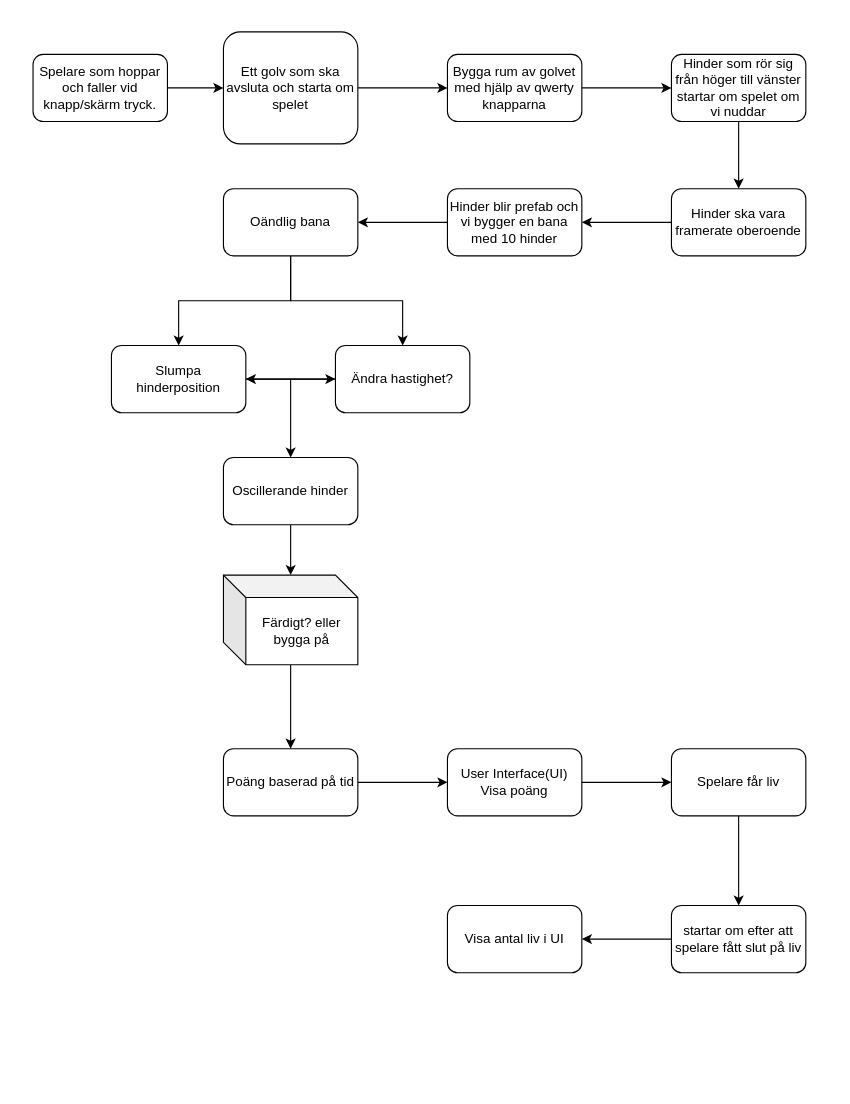
The draw.io diagram Documentation/Spel upplägg.drawio in MTGJonas/CarConeBeginnerProject, before the edit. Source tidied: cells renumbered, new cells numbered last; positions are measured from the earlier drawing's top-left corner, leaving out a move shared by most shapes. Both pictures are drawn from the tidied source at 112%, with x=0, y=0 at pixel (32, 31).
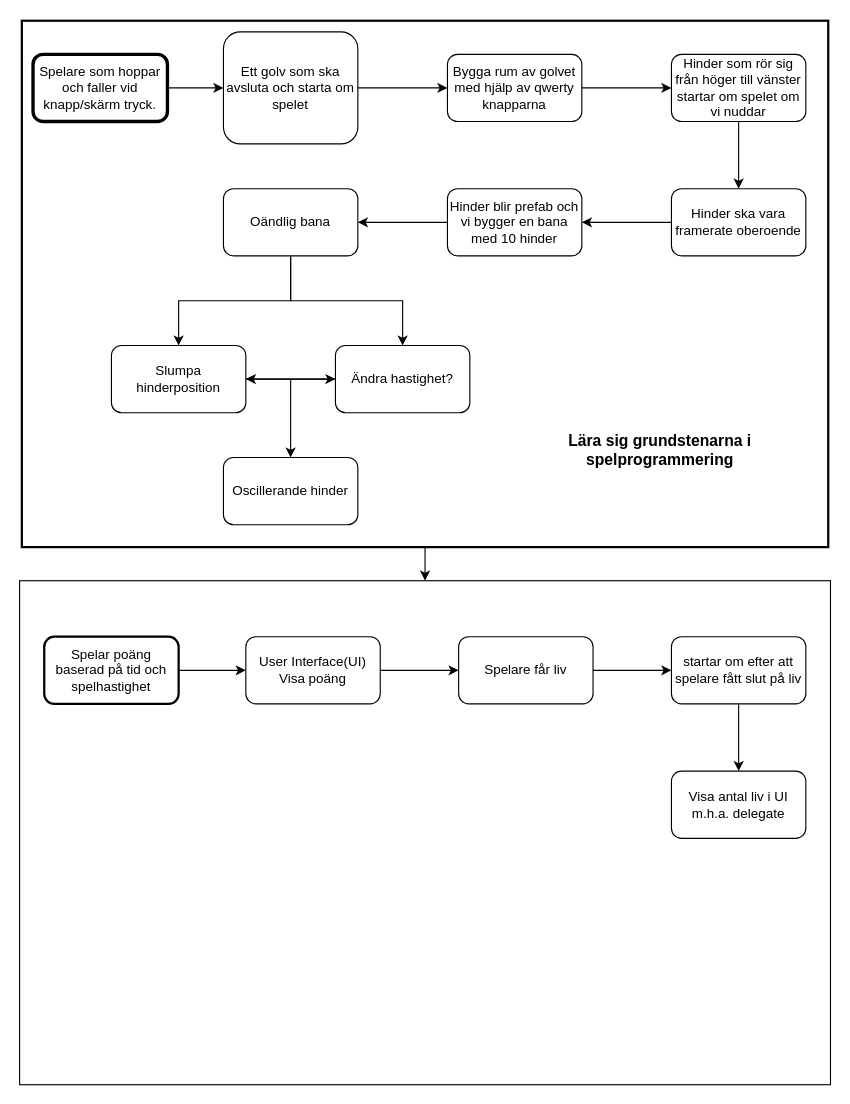
The same diagram, later.

Unchanged cells that the change refers to:
```xml
<mxCell id="33" value="Oscillerande hinder" style="rounded=1;whiteSpace=wrap;html=1;" parent="1" vertex="1">
  <mxGeometry x="170" y="380" width="120" height="60" as="geometry" />
</mxCell>
```

What changed in the source:
```diff
@@
+    <mxCell id="35" style="rounded=0;whiteSpace=wrap;html=1;fontSize=14;fillColor=none;" parent="1" vertex="1">
+      <mxGeometry x="-12" y="490" width="724" height="450" as="geometry" />
+    </mxCell>
+    <mxCell id="36" style="edgeStyle=orthogonalEdgeStyle;rounded=0;jettySize=auto;html=1;entryX=0.5;entryY=0;entryDx=0;entryDy=0;fontSize=14;" parent="1" edge="1" source="37" target="35">
+      <mxGeometry relative="1" as="geometry" />
+    </mxCell>
+    <mxCell id="37" style="rounded=0;whiteSpace=wrap;html=1;fillColor=none;strokeWidth=2;" parent="1" vertex="1">
+      <mxGeometry x="-10" y="-10" width="720" height="470" as="geometry" />
+    </mxCell>
@@
-    <mxCell id="3" value="Spelare som hoppar och faller vid knapp/skärm tryck." style="rounded=1;whiteSpace=wrap;html=1;" parent="1" vertex="1">
+    <mxCell id="3" value="Spelare som hoppar och faller vid knapp/skärm tryck." style="rounded=1;whiteSpace=wrap;html=1;strokeWidth=3;" parent="1" vertex="1">
       <mxGeometry y="20" width="120" height="60" as="geometry" />
     </mxCell>
@@
-    <mxCell id="22" value="Poäng baserad på tid" style="rounded=1;whiteSpace=wrap;html=1;" parent="1" vertex="1">
-      <mxGeometry x="170" y="640" width="120" height="60" as="geometry" />
+    <mxCell id="22" value="Spelar poäng baserad på tid och spelhastighet" style="rounded=1;whiteSpace=wrap;html=1;strokeWidth=2;" parent="1" vertex="1">
+      <mxGeometry x="10" y="540" width="120" height="60" as="geometry" />
     </mxCell>
@@
     <mxCell id="24" value="User Interface(UI)&lt;br&gt;Visa poäng" style="whiteSpace=wrap;html=1;rounded=1;" parent="1" vertex="1">
-      <mxGeometry x="370" y="640" width="120" height="60" as="geometry" />
+      <mxGeometry x="190" y="540" width="120" height="60" as="geometry" />
     </mxCell>
@@
     <mxCell id="26" value="Spelare får liv" style="whiteSpace=wrap;html=1;rounded=1;" parent="1" vertex="1">
-      <mxGeometry x="570" y="640" width="120" height="60" as="geometry" />
+      <mxGeometry x="380" y="540" width="120" height="60" as="geometry" />
     </mxCell>
@@
     <mxCell id="28" value="startar om efter att spelare fått slut på liv" style="whiteSpace=wrap;html=1;rounded=1;" parent="1" vertex="1">
-      <mxGeometry x="570" y="780" width="120" height="60" as="geometry" />
+      <mxGeometry x="570" y="540" width="120" height="60" as="geometry" />
     </mxCell>
-    <mxCell id="29" value="Visa antal liv i UI" style="whiteSpace=wrap;html=1;rounded=1;" parent="1" vertex="1">
-      <mxGeometry x="370" y="780" width="120" height="60" as="geometry" />
+    <mxCell id="29" value="Visa antal liv i UI m.h.a. delegate" style="whiteSpace=wrap;html=1;rounded=1;" parent="1" vertex="1">
+      <mxGeometry x="570" y="660" width="120" height="60" as="geometry" />
     </mxCell>
-    <mxCell id="30" style="edgeStyle=orthogonalEdgeStyle;rounded=0;jettySize=auto;html=1;" parent="1" edge="1" source="31" target="22">
-      <mxGeometry relative="1" as="geometry" />
-    </mxCell>
-    <mxCell id="31" value="Färdigt? eller bygga på" style="shape=cube;whiteSpace=wrap;html=1;boundedLbl=1;backgroundOutline=1;darkOpacity=0.05;darkOpacity2=0.1;" parent="1" vertex="1">
-      <mxGeometry x="170" y="485" width="120" height="80" as="geometry" />
-    </mxCell>
-    <mxCell id="32" style="edgeStyle=orthogonalEdgeStyle;rounded=0;jettySize=auto;html=1;" parent="1" edge="1" source="33" target="31">
-      <mxGeometry relative="1" as="geometry" />
-    </mxCell>
@@
+    <mxCell id="38" value="&lt;font style=&quot;font-size: 14px;&quot;&gt;&lt;b&gt;Lära sig grundstenarna i spelprogrammering&lt;/b&gt;&lt;/font&gt;" style="text;html=1;strokeColor=none;fillColor=none;align=center;verticalAlign=middle;whiteSpace=wrap;rounded=0;" parent="1" vertex="1">
+      <mxGeometry x="450" y="295" width="220" height="155" as="geometry" />
+    </mxCell>
```
